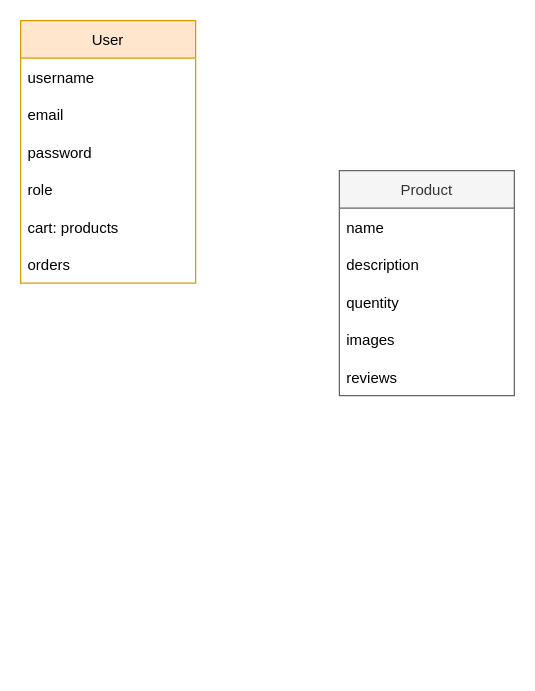
Before: diagrams/Untitled Diagram.drawio in Khaled802/wasit, a draw.io diagram. Source tidied: cells renumbered, new cells numbered last; positions are measured from the earlier drawing's top-left corner, leaving out a move shared by most shapes. Both pictures are drawn from the tidied source at 125%, with x=0, y=0 at pixel (20, 20).
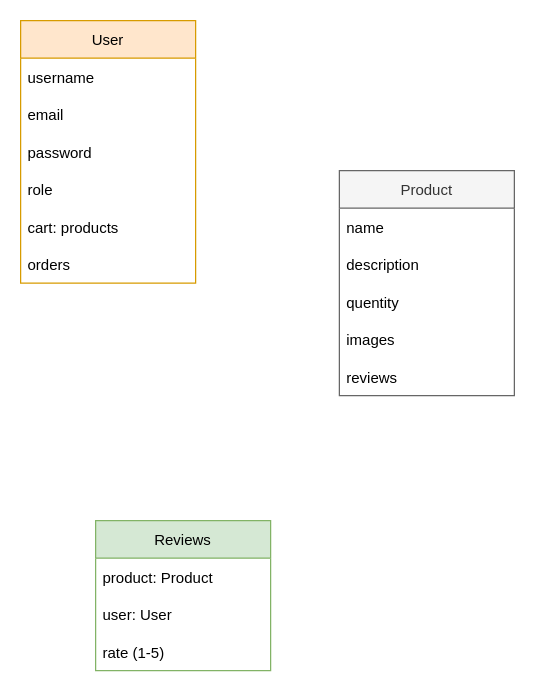
After the change.

Commit message (it also covers changes not shown here):
add image to product by admins

Change to the diagram source:
```diff
@@
 <mxGraphModel>
   <root>
     <mxCell id="0" />
     <mxCell id="1" parent="0" />
     <mxCell id="2" value="Product" style="swimlane;fontStyle=0;horizontal=1;startSize=30;fillColor=#f5f5f5;fontColor=#333333;strokeColor=#666666;" parent="1" vertex="1">
       <mxGeometry x="255" y="120" width="140" height="180" as="geometry" />
     </mxCell>
     <mxCell id="3" value="name" style="text;strokeColor=none;fillColor=none;align=left;verticalAlign=middle;spacingLeft=4;spacingRight=4;overflow=hidden;" parent="2" vertex="1">
       <mxGeometry y="30" width="140" height="30" as="geometry" />
     </mxCell>
     <mxCell id="4" value="description" style="text;strokeColor=none;fillColor=none;align=left;verticalAlign=middle;spacingLeft=4;spacingRight=4;overflow=hidden;" parent="2" vertex="1">
       <mxGeometry y="60" width="140" height="30" as="geometry" />
     </mxCell>
     <mxCell id="5" value="quentity" style="text;strokeColor=none;fillColor=none;align=left;verticalAlign=middle;spacingLeft=4;spacingRight=4;overflow=hidden;" parent="2" vertex="1">
       <mxGeometry y="90" width="140" height="30" as="geometry" />
     </mxCell>
     <mxCell id="6" value="images" style="text;strokeColor=none;fillColor=none;align=left;verticalAlign=middle;spacingLeft=4;spacingRight=4;overflow=hidden;" parent="2" vertex="1">
       <mxGeometry y="120" width="140" height="30" as="geometry" />
     </mxCell>
     <mxCell id="7" value="reviews" style="text;strokeColor=none;fillColor=none;align=left;verticalAlign=middle;spacingLeft=4;spacingRight=4;overflow=hidden;" parent="2" vertex="1">
       <mxGeometry y="150" width="140" height="30" as="geometry" />
     </mxCell>
     <mxCell id="8" value="User" style="swimlane;fontStyle=0;horizontal=1;startSize=30;fillColor=#ffe6cc;strokeColor=#d79b00;" parent="1" vertex="1">
       <mxGeometry width="140" height="210" as="geometry" />
     </mxCell>
     <mxCell id="9" value="username" style="text;strokeColor=none;fillColor=none;align=left;verticalAlign=middle;spacingLeft=4;spacingRight=4;overflow=hidden;" parent="8" vertex="1">
       <mxGeometry y="30" width="140" height="30" as="geometry" />
     </mxCell>
     <mxCell id="10" value="email" style="text;strokeColor=none;fillColor=none;align=left;verticalAlign=middle;spacingLeft=4;spacingRight=4;overflow=hidden;" parent="8" vertex="1">
       <mxGeometry y="60" width="140" height="30" as="geometry" />
     </mxCell>
     <mxCell id="11" value="password" style="text;strokeColor=none;fillColor=none;align=left;verticalAlign=middle;spacingLeft=4;spacingRight=4;overflow=hidden;" parent="8" vertex="1">
       <mxGeometry y="90" width="140" height="30" as="geometry" />
     </mxCell>
     <mxCell id="12" value="role" style="text;strokeColor=none;fillColor=none;align=left;verticalAlign=middle;spacingLeft=4;spacingRight=4;overflow=hidden;" parent="8" vertex="1">
       <mxGeometry y="120" width="140" height="30" as="geometry" />
     </mxCell>
     <mxCell id="13" value="cart: products" style="text;strokeColor=none;fillColor=none;align=left;verticalAlign=middle;spacingLeft=4;spacingRight=4;overflow=hidden;" parent="8" vertex="1">
       <mxGeometry y="150" width="140" height="30" as="geometry" />
     </mxCell>
     <mxCell id="14" value="orders" style="text;strokeColor=none;fillColor=none;align=left;verticalAlign=middle;spacingLeft=4;spacingRight=4;overflow=hidden;" parent="8" vertex="1">
       <mxGeometry y="180" width="140" height="30" as="geometry" />
     </mxCell>
+    <mxCell id="15" value="Reviews" style="swimlane;fontStyle=0;horizontal=1;startSize=30;fillColor=#d5e8d4;strokeColor=#82b366;" parent="1" vertex="1">
+      <mxGeometry x="60" y="400" width="140" height="120" as="geometry" />
+    </mxCell>
+    <mxCell id="16" value="product: Product" style="text;strokeColor=none;fillColor=none;align=left;verticalAlign=middle;spacingLeft=4;spacingRight=4;overflow=hidden;" parent="15" vertex="1">
+      <mxGeometry y="30" width="140" height="30" as="geometry" />
+    </mxCell>
+    <mxCell id="17" value="user: User" style="text;strokeColor=none;fillColor=none;align=left;verticalAlign=middle;spacingLeft=4;spacingRight=4;overflow=hidden;" parent="15" vertex="1">
+      <mxGeometry y="60" width="140" height="30" as="geometry" />
+    </mxCell>
+    <mxCell id="18" value="rate (1-5)" style="text;strokeColor=none;fillColor=none;align=left;verticalAlign=middle;spacingLeft=4;spacingRight=4;overflow=hidden;" parent="15" vertex="1">
+      <mxGeometry y="90" width="140" height="30" as="geometry" />
+    </mxCell>
   </root>
 </mxGraphModel>
```
